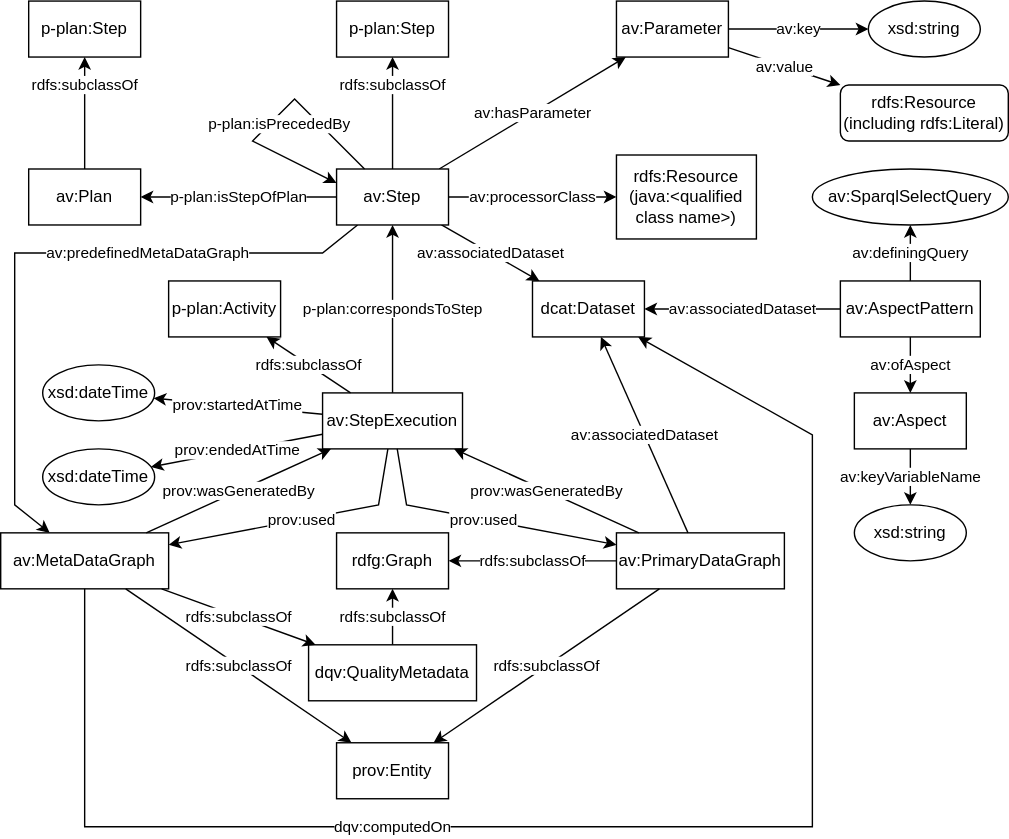
Earlier version of the draw.io export executionGraph.svg (fusion-jena/abecto-vocabulary). Source tidied: cells renumbered, new cells last; positions are measured from the earlier drawing's top-left corner, leaving out a move shared by most shapes.
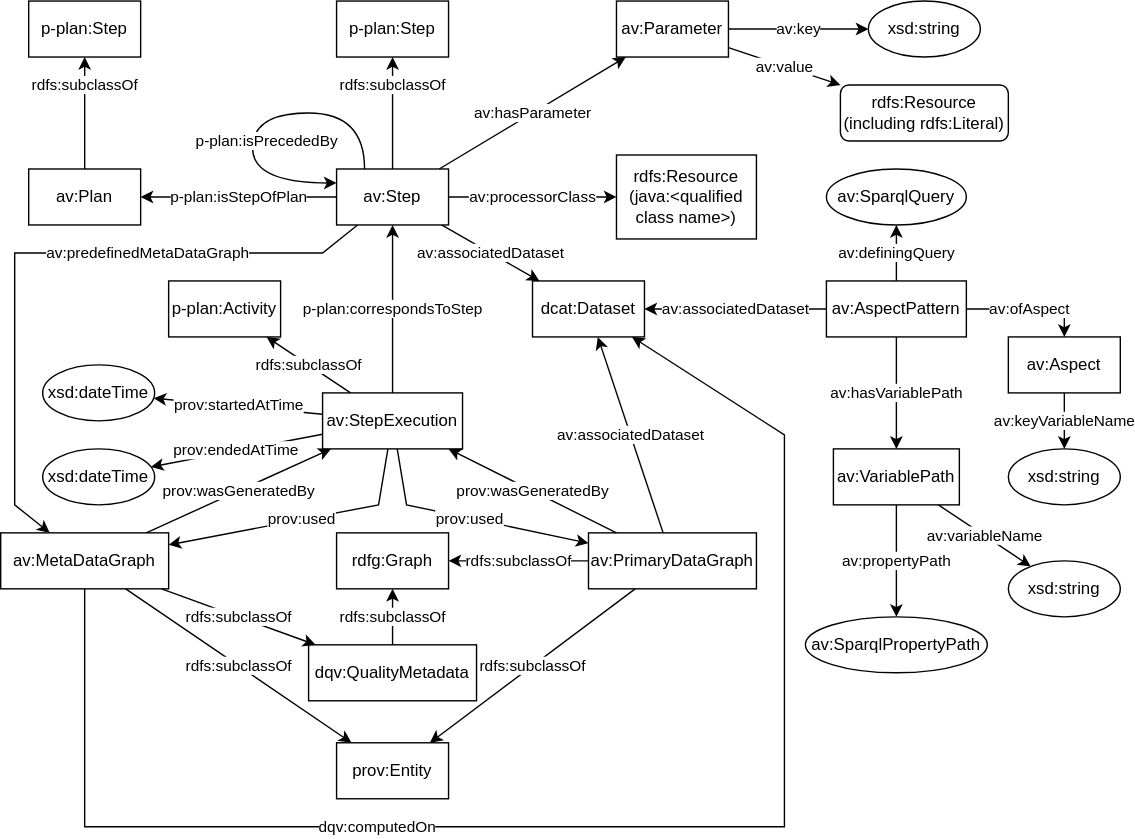
After the change.

Diff of the diagram source:
```diff
@@ -44,13 +44,13 @@
     <mxCell id="13" value="xsd:string" style="ellipse;whiteSpace=wrap;html=1;" parent="1" vertex="1">
       <mxGeometry x="620" width="80" height="40" as="geometry" />
     </mxCell>
-    <mxCell id="14" value="p-plan:isPrecededBy" style="endArrow=classic;html=1;rounded=0;exitX=0.25;exitY=0;exitDx=0;exitDy=0;entryX=0;entryY=0.25;entryDx=0;entryDy=0;" parent="1" edge="1" source="6" target="6">
-      <mxGeometry x="0.03" y="4" relative="1" as="geometry">
+    <mxCell id="14" value="p-plan:isPrecededBy" style="endArrow=classic;html=1;rounded=0;exitX=0.25;exitY=0;exitDx=0;exitDy=0;edgeStyle=orthogonalEdgeStyle;curved=1;entryX=0;entryY=0.25;entryDx=0;entryDy=0;" parent="1" edge="1" source="6" target="6">
+      <mxGeometry x="0.22" y="10" relative="1" as="geometry">
         <Array as="points">
-          <mxPoint x="210" y="70" />
-          <mxPoint x="180" y="100" />
+          <mxPoint x="260" y="80" />
+          <mxPoint x="180" y="80" />
+          <mxPoint x="180" y="130" />
         </Array>
-        <mxPoint x="1" as="offset" />
       </mxGeometry>
     </mxCell>
     <mxCell id="15" value="rdfs:subclassOf" style="edgeStyle=none;rounded=0;jettySize=auto;html=1;" parent="1" edge="1" source="48" target="22">
@@ -66,13 +66,13 @@
       <mxGeometry x="-0.3" relative="1" as="geometry">
         <Array as="points">
           <mxPoint x="60" y="590" />
-          <mxPoint x="580" y="590" />
-          <mxPoint x="580" y="310" />
+          <mxPoint x="560" y="590" />
+          <mxPoint x="560" y="310" />
         </Array>
       </mxGeometry>
     </mxCell>
     <mxCell id="19" value="av:PrimaryDataGraph" style="whiteSpace=wrap;html=1;" parent="1" vertex="1">
-      <mxGeometry x="440" y="380" width="120" height="40" as="geometry" />
+      <mxGeometry x="420" y="380" width="120" height="40" as="geometry" />
     </mxCell>
     <mxCell id="20" value="prov:startedAtTime" style="edgeStyle=none;rounded=0;jettySize=auto;html=1;" parent="1" edge="1" source="39" target="24">
       <mxGeometry relative="1" as="geometry" />
@@ -90,28 +90,35 @@
       <mxGeometry x="30" y="260" width="80" height="40" as="geometry" />
     </mxCell>
     <mxCell id="25" value="av:ofAspect" style="edgeStyle=none;rounded=0;jettySize=auto;html=1;" parent="1" edge="1" source="29" target="27">
-      <mxGeometry relative="1" as="geometry" />
+      <mxGeometry relative="1" as="geometry">
+        <Array as="points">
+          <mxPoint x="760" y="220" />
+        </Array>
+      </mxGeometry>
     </mxCell>
     <mxCell id="26" value="av:keyVariableName" style="edgeStyle=none;rounded=0;jettySize=auto;html=1;" parent="1" edge="1" source="27" target="32">
       <mxGeometry relative="1" as="geometry" />
     </mxCell>
     <mxCell id="27" value="av:Aspect" style="whiteSpace=wrap;html=1;" parent="1" vertex="1">
-      <mxGeometry x="610" y="280" width="80" height="40" as="geometry" />
+      <mxGeometry x="720" y="240" width="80" height="40" as="geometry" />
     </mxCell>
     <mxCell id="28" value="av:definingQuery" style="edgeStyle=none;rounded=0;jettySize=auto;html=1;" parent="1" edge="1" source="29" target="31">
       <mxGeometry relative="1" as="geometry" />
     </mxCell>
+    <mxCell id="53" value="av:hasVariablePath" style="rounded=0;jettySize=auto;html=1;" parent="1" edge="1" source="29" target="56">
+      <mxGeometry relative="1" as="geometry" />
+    </mxCell>
     <mxCell id="29" value="av:AspectPattern" style="whiteSpace=wrap;html=1;" parent="1" vertex="1">
-      <mxGeometry x="600" y="200" width="100" height="40" as="geometry" />
+      <mxGeometry x="590" y="200" width="100" height="40" as="geometry" />
     </mxCell>
     <mxCell id="30" value="av:associatedDataset" style="jettySize=auto;html=1;rounded=0;" parent="1" edge="1" source="29" target="8">
       <mxGeometry relative="1" as="geometry" />
     </mxCell>
-    <mxCell id="31" value="av:SparqlSelectQuery" style="ellipse;whiteSpace=wrap;html=1;" parent="1" vertex="1">
-      <mxGeometry x="580" y="120" width="140" height="40" as="geometry" />
+    <mxCell id="31" value="av:SparqlQuery" style="ellipse;whiteSpace=wrap;html=1;" parent="1" vertex="1">
+      <mxGeometry x="590" y="120" width="100" height="40" as="geometry" />
     </mxCell>
     <mxCell id="32" value="xsd:string" style="ellipse;whiteSpace=wrap;html=1;" parent="1" vertex="1">
-      <mxGeometry x="610" y="360" width="80" height="40" as="geometry" />
+      <mxGeometry x="720" y="320" width="80" height="40" as="geometry" />
     </mxCell>
     <mxCell id="33" value="p-plan:Step" style="whiteSpace=wrap;html=1;" parent="1" vertex="1">
       <mxGeometry x="240" width="80" height="40" as="geometry" />
@@ -181,5 +188,20 @@
     <mxCell id="52" value="rdfs:subclassOf" style="edgeStyle=none;rounded=0;jettySize=auto;html=1;" parent="1" edge="1" source="7" target="51">
       <mxGeometry x="0.5" relative="1" as="geometry" />
     </mxCell>
+    <mxCell id="54" value="av:variableName" style="edgeStyle=none;rounded=0;jettySize=auto;html=1;" parent="1" edge="1" source="56" target="57">
+      <mxGeometry relative="1" as="geometry" />
+    </mxCell>
+    <mxCell id="55" value="av:propertyPath" style="edgeStyle=none;rounded=0;jettySize=auto;html=1;" parent="1" edge="1" source="56" target="58">
+      <mxGeometry relative="1" as="geometry" />
+    </mxCell>
+    <mxCell id="56" value="av:VariablePath" style="whiteSpace=wrap;html=1;" parent="1" vertex="1">
+      <mxGeometry x="595" y="320" width="90" height="40" as="geometry" />
+    </mxCell>
+    <mxCell id="57" value="xsd:string" style="ellipse;whiteSpace=wrap;html=1;" parent="1" vertex="1">
+      <mxGeometry x="720" y="400" width="80" height="40" as="geometry" />
+    </mxCell>
+    <mxCell id="58" value="av:SparqlPropertyPath" style="ellipse;whiteSpace=wrap;html=1;" parent="1" vertex="1">
+      <mxGeometry x="575" y="440" width="130" height="40" as="geometry" />
+    </mxCell>
   </root>
 </mxGraphModel>
```
